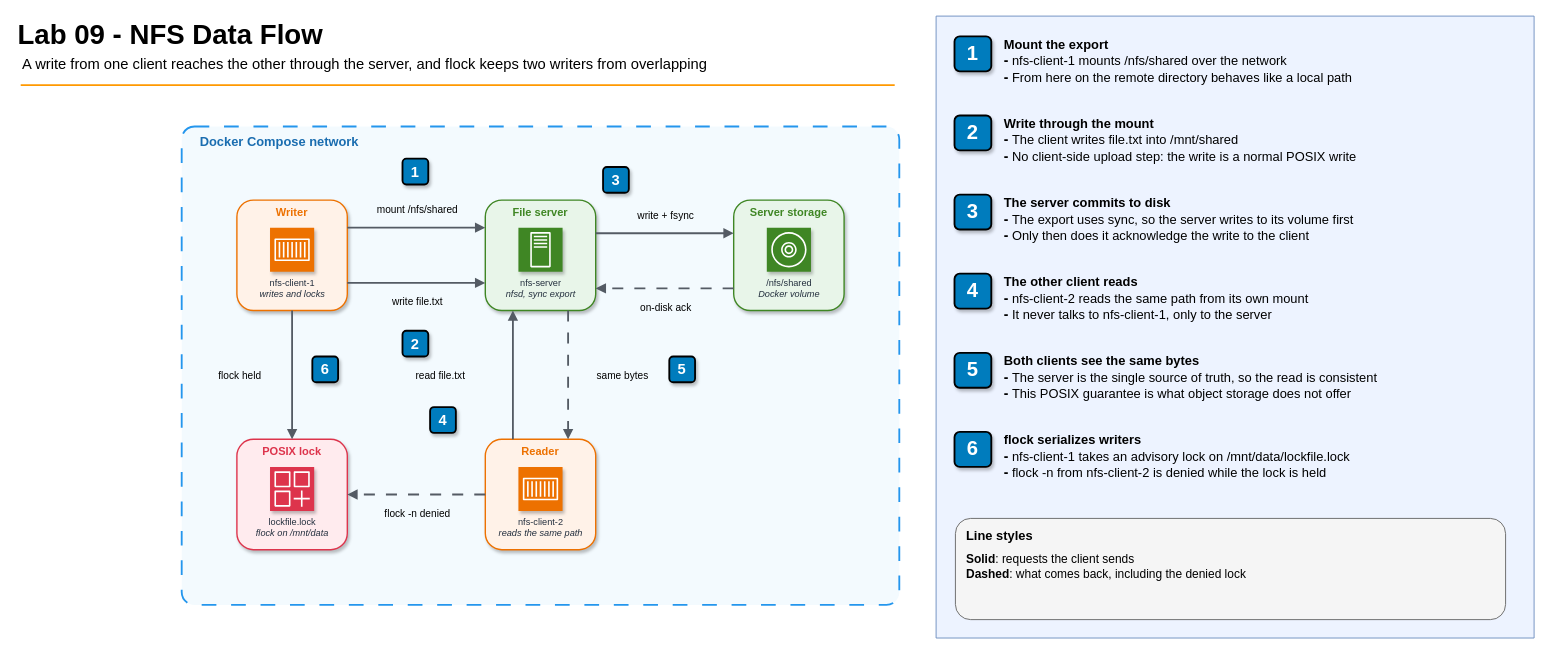
Above: 09-distributed-file-systems/diagrams/lab09-nfs-flow.drawio in gamaware/system-design-course (draw.io), before the change. Source tidied: cells renumbered, new cells numbered last; positions are measured from the earlier drawing's top-left corner, leaving out a move shared by most shapes. Both pictures are drawn from the tidied source at 92%, with x=0, y=0 at pixel (16, 16). Pictures stored in the file or linked from it are replaced by grey dashed boxes.
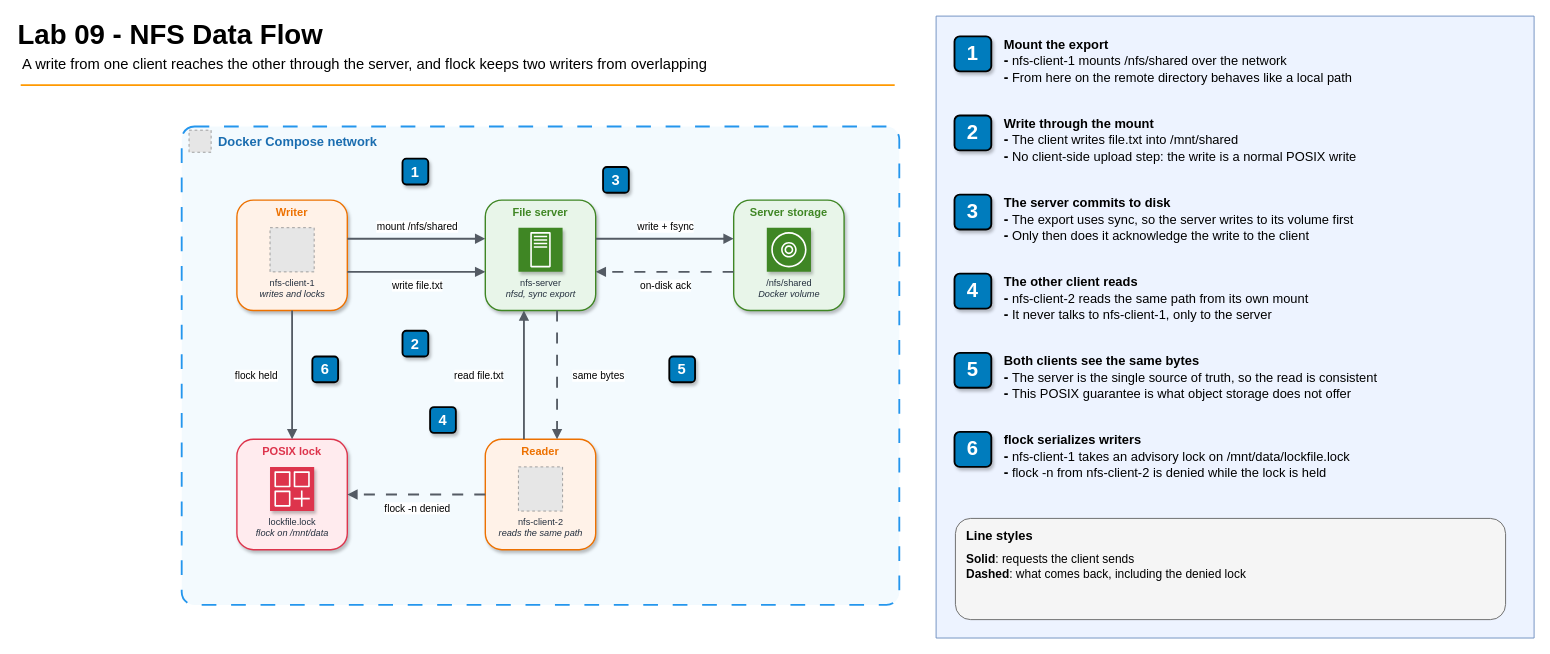
After the change.

The change refers to these unchanged cells:
```xml
<mxCell id="7" value="Writer" style="fillColor=#FFF2E8;strokeColor=#ED7100;rounded=1;whiteSpace=wrap;html=1;verticalAlign=top;fontStyle=1;fontSize=12;fontColor=#ED7100;fontFamily=Helvetica;shadow=1;strokeWidth=1.5;" parent="6" vertex="1">
  <mxGeometry x="60" y="80" width="120" height="120" as="geometry" />
</mxCell>
<mxCell id="9" value="File server" style="fillColor=#E8F5E9;strokeColor=#3F8624;rounded=1;whiteSpace=wrap;html=1;verticalAlign=top;fontStyle=1;fontSize=12;fontColor=#3F8624;fontFamily=Helvetica;shadow=1;strokeWidth=1.5;" parent="6" vertex="1">
  <mxGeometry x="330" y="80" width="120" height="120" as="geometry" />
</mxCell>
<mxCell id="11" value="Server storage" style="fillColor=#E8F5E9;strokeColor=#3F8624;rounded=1;whiteSpace=wrap;html=1;verticalAlign=top;fontStyle=1;fontSize=12;fontColor=#3F8624;fontFamily=Helvetica;shadow=1;strokeWidth=1.5;" parent="6" vertex="1">
  <mxGeometry x="600" y="80" width="120" height="120" as="geometry" />
</mxCell>
<mxCell id="13" value="POSIX lock" style="fillColor=#FFEBEE;strokeColor=#DD344C;rounded=1;whiteSpace=wrap;html=1;verticalAlign=top;fontStyle=1;fontSize=12;fontColor=#DD344C;fontFamily=Helvetica;shadow=1;strokeWidth=1.5;" parent="6" vertex="1">
  <mxGeometry x="60" y="340" width="120" height="120" as="geometry" />
</mxCell>
<mxCell id="15" value="Reader" style="fillColor=#FFF2E8;strokeColor=#ED7100;rounded=1;whiteSpace=wrap;html=1;verticalAlign=top;fontStyle=1;fontSize=12;fontColor=#ED7100;fontFamily=Helvetica;shadow=1;strokeWidth=1.5;" parent="6" vertex="1">
  <mxGeometry x="330" y="340" width="120" height="120" as="geometry" />
</mxCell>
```

What changed in the source:
```diff
@@
-    <mxCell id="6" value="Docker Compose network" style="rounded=1;absoluteArcSize=1;arcSize=28;whiteSpace=wrap;html=1;dashed=1;dashPattern=8 8;fillColor=light-dark(#2496ED0D,#2496ED0D);fillStyle=auto;strokeColor=#2496ED;strokeWidth=2;verticalAlign=top;align=left;spacingLeft=18;spacingTop=2;fontSize=14;fontStyle=1;fontColor=#1A6DB0;fontFamily=Helvetica;" parent="1" vertex="1">
+    <mxCell id="6" value="Docker Compose network" style="rounded=1;absoluteArcSize=1;arcSize=28;whiteSpace=wrap;html=1;dashed=1;dashPattern=8 8;fillColor=light-dark(#2496ED0D,#2496ED0D);fillStyle=auto;strokeColor=#2496ED;strokeWidth=2;verticalAlign=top;align=left;spacingLeft=38;spacingTop=2;fontSize=14;fontStyle=1;fontColor=#1A6DB0;fontFamily=Helvetica;" parent="1" vertex="1">
       <mxGeometry x="180" y="120" width="780" height="520" as="geometry" />
     </mxCell>
@@
-    <mxCell id="8" value="nfs-client-1&lt;div&gt;&lt;i&gt;writes and locks&lt;/i&gt;&lt;/div&gt;" style="sketch=0;fontColor=#232F3E;fillColor=#ED7100;strokeColor=#ffffff;dashed=0;verticalLabelPosition=bottom;verticalAlign=top;align=center;html=1;fontSize=10;fontStyle=0;shape=mxgraph.aws4.resourceIcon;resIcon=mxgraph.aws4.container_1;fontFamily=Helvetica;shadow=1;" parent="7" vertex="1">
+    <mxCell id="8" value="nfs-client-1&lt;div&gt;&lt;i&gt;writes and locks&lt;/i&gt;&lt;/div&gt;" style="fillColor=#E6E6E6;strokeColor=#999999;dashed=1;verticalLabelPosition=bottom;verticalAlign=top;align=center;html=1;labelBackgroundColor=none;fontSize=10;fontColor=#232F3E;fontFamily=Helvetica;" parent="7" vertex="1">
       <mxGeometry x="36" y="30" width="48" height="48" as="geometry" />
     </mxCell>
@@
-    <mxCell id="16" value="nfs-client-2&lt;div&gt;&lt;i&gt;reads the same path&lt;/i&gt;&lt;/div&gt;" style="sketch=0;fontColor=#232F3E;fillColor=#ED7100;strokeColor=#ffffff;dashed=0;verticalLabelPosition=bottom;verticalAlign=top;align=center;html=1;fontSize=10;fontStyle=0;shape=mxgraph.aws4.resourceIcon;resIcon=mxgraph.aws4.container_1;fontFamily=Helvetica;shadow=1;" parent="15" vertex="1">
+    <mxCell id="16" value="nfs-client-2&lt;div&gt;&lt;i&gt;reads the same path&lt;/i&gt;&lt;/div&gt;" style="fillColor=#E6E6E6;strokeColor=#999999;dashed=1;verticalLabelPosition=bottom;verticalAlign=top;align=center;html=1;labelBackgroundColor=none;fontSize=10;fontColor=#232F3E;fontFamily=Helvetica;" parent="15" vertex="1">
       <mxGeometry x="36" y="30" width="48" height="48" as="geometry" />
     </mxCell>
-    <mxCell id="17" style="edgeStyle=orthogonalEdgeStyle;rounded=0;jettySize=auto;html=1;strokeColor=#545B64;strokeWidth=2;endArrow=block;endFill=1;fontFamily=Helvetica;exitX=1;exitY=0.25;exitDx=0;exitDy=0;entryX=0;entryY=0.25;entryDx=0;entryDy=0;" parent="1" edge="1" source="7" target="9">
+    <mxCell id="17" style="edgeStyle=orthogonalEdgeStyle;rounded=0;jettySize=auto;html=1;strokeColor=#545B64;strokeWidth=2;endArrow=block;endFill=1;fontFamily=Helvetica;fontSize=11;jumpStyle=arc;jumpSize=10;labelBackgroundColor=default;exitX=1;exitY=0.35;exitDx=0;exitDy=0;entryX=0;entryY=0.35;entryDx=0;entryDy=0;" parent="1" edge="1" source="7" target="9">
       <mxGeometry relative="1" as="geometry" />
     </mxCell>
-    <mxCell id="18" value="mount /nfs/shared" style="edgeLabel;html=1;align=center;verticalAlign=middle;labelBackgroundColor=none;fontSize=11;fontFamily=Helvetica;" parent="17" vertex="1">
+    <mxCell id="18" value="mount /nfs/shared" style="edgeLabel;html=1;align=center;verticalAlign=middle;labelBackgroundColor=default;fontSize=11;fontFamily=Helvetica;" parent="17" vertex="1">
       <mxGeometry relative="1" as="geometry">
-        <mxPoint y="-20" as="offset" />
+        <mxPoint y="-14" as="offset" />
       </mxGeometry>
     </mxCell>
-    <mxCell id="19" style="edgeStyle=orthogonalEdgeStyle;rounded=0;jettySize=auto;html=1;strokeColor=#545B64;strokeWidth=2;endArrow=block;endFill=1;fontFamily=Helvetica;exitX=1;exitY=0.75;exitDx=0;exitDy=0;entryX=0;entryY=0.75;entryDx=0;entryDy=0;" parent="1" edge="1" source="7" target="9">
+    <mxCell id="19" style="edgeStyle=orthogonalEdgeStyle;rounded=0;jettySize=auto;html=1;strokeColor=#545B64;strokeWidth=2;endArrow=block;endFill=1;fontFamily=Helvetica;fontSize=11;jumpStyle=arc;jumpSize=10;labelBackgroundColor=default;exitX=1;exitY=0.65;exitDx=0;exitDy=0;entryX=0;entryY=0.65;entryDx=0;entryDy=0;" parent="1" edge="1" source="7" target="9">
       <mxGeometry relative="1" as="geometry" />
     </mxCell>
-    <mxCell id="20" value="write file.txt" style="edgeLabel;html=1;align=center;verticalAlign=middle;labelBackgroundColor=none;fontSize=11;fontFamily=Helvetica;" parent="19" vertex="1">
+    <mxCell id="20" value="write file.txt" style="edgeLabel;html=1;align=center;verticalAlign=middle;labelBackgroundColor=default;fontSize=11;fontFamily=Helvetica;" parent="19" vertex="1">
       <mxGeometry relative="1" as="geometry">
-        <mxPoint y="20" as="offset" />
+        <mxPoint y="14" as="offset" />
       </mxGeometry>
     </mxCell>
-    <mxCell id="21" style="edgeStyle=orthogonalEdgeStyle;rounded=0;jettySize=auto;html=1;strokeColor=#545B64;strokeWidth=2;endArrow=block;endFill=1;fontFamily=Helvetica;exitX=1;exitY=0.3;exitDx=0;exitDy=0;entryX=0;entryY=0.3;entryDx=0;entryDy=0;" parent="1" edge="1" source="9" target="11">
+    <mxCell id="21" style="edgeStyle=orthogonalEdgeStyle;rounded=0;jettySize=auto;html=1;strokeColor=#545B64;strokeWidth=2;endArrow=block;endFill=1;fontFamily=Helvetica;fontSize=11;jumpStyle=arc;jumpSize=10;labelBackgroundColor=default;exitX=1;exitY=0.35;exitDx=0;exitDy=0;entryX=0;entryY=0.35;entryDx=0;entryDy=0;" parent="1" edge="1" source="9" target="11">
       <mxGeometry relative="1" as="geometry" />
     </mxCell>
-    <mxCell id="22" value="write + fsync" style="edgeLabel;html=1;align=center;verticalAlign=middle;labelBackgroundColor=none;fontSize=11;fontFamily=Helvetica;" parent="21" vertex="1">
+    <mxCell id="22" value="write + fsync" style="edgeLabel;html=1;align=center;verticalAlign=middle;labelBackgroundColor=default;fontSize=11;fontFamily=Helvetica;" parent="21" vertex="1">
       <mxGeometry relative="1" as="geometry">
-        <mxPoint y="-20" as="offset" />
+        <mxPoint y="-14" as="offset" />
       </mxGeometry>
     </mxCell>
-    <mxCell id="23" style="edgeStyle=orthogonalEdgeStyle;rounded=0;jettySize=auto;html=1;strokeColor=#545B64;strokeWidth=2;endArrow=block;endFill=1;fontFamily=Helvetica;exitX=0;exitY=0.8;exitDx=0;exitDy=0;entryX=1;entryY=0.8;entryDx=0;entryDy=0;dashed=1;dashPattern=6 6;" parent="1" edge="1" source="11" target="9">
+    <mxCell id="23" style="edgeStyle=orthogonalEdgeStyle;rounded=0;jettySize=auto;html=1;strokeColor=#545B64;strokeWidth=2;endArrow=block;endFill=1;fontFamily=Helvetica;fontSize=11;jumpStyle=arc;jumpSize=10;labelBackgroundColor=default;dashed=1;dashPattern=6 6;exitX=0;exitY=0.65;exitDx=0;exitDy=0;entryX=1;entryY=0.65;entryDx=0;entryDy=0;" parent="1" edge="1" source="11" target="9">
       <mxGeometry relative="1" as="geometry" />
     </mxCell>
-    <mxCell id="24" value="on-disk ack" style="edgeLabel;html=1;align=center;verticalAlign=middle;labelBackgroundColor=none;fontSize=11;fontFamily=Helvetica;" parent="23" vertex="1">
+    <mxCell id="24" value="on-disk ack" style="edgeLabel;html=1;align=center;verticalAlign=middle;labelBackgroundColor=default;fontSize=11;fontFamily=Helvetica;" parent="23" vertex="1">
       <mxGeometry relative="1" as="geometry">
-        <mxPoint y="20" as="offset" />
+        <mxPoint y="14" as="offset" />
       </mxGeometry>
     </mxCell>
-    <mxCell id="25" style="edgeStyle=orthogonalEdgeStyle;rounded=0;jettySize=auto;html=1;strokeColor=#545B64;strokeWidth=2;endArrow=block;endFill=1;fontFamily=Helvetica;exitX=0.25;exitY=0;exitDx=0;exitDy=0;entryX=0.25;entryY=1;entryDx=0;entryDy=0;" parent="1" edge="1" source="15" target="9">
+    <mxCell id="25" style="edgeStyle=orthogonalEdgeStyle;rounded=0;jettySize=auto;html=1;strokeColor=#545B64;strokeWidth=2;endArrow=block;endFill=1;fontFamily=Helvetica;fontSize=11;jumpStyle=arc;jumpSize=10;labelBackgroundColor=default;exitX=0.35;exitY=0;exitDx=0;exitDy=0;entryX=0.35;entryY=1;entryDx=0;entryDy=0;" parent="1" edge="1" source="15" target="9">
       <mxGeometry relative="1" as="geometry" />
     </mxCell>
-    <mxCell id="26" value="read file.txt" style="edgeLabel;html=1;align=center;verticalAlign=middle;labelBackgroundColor=none;fontSize=11;fontFamily=Helvetica;" parent="25" vertex="1">
+    <mxCell id="26" value="read file.txt" style="edgeLabel;html=1;align=center;verticalAlign=middle;labelBackgroundColor=default;fontSize=11;fontFamily=Helvetica;" parent="25" vertex="1">
       <mxGeometry relative="1" as="geometry">
-        <mxPoint x="-80" as="offset" />
+        <mxPoint x="-50" as="offset" />
       </mxGeometry>
     </mxCell>
-    <mxCell id="27" style="edgeStyle=orthogonalEdgeStyle;rounded=0;jettySize=auto;html=1;strokeColor=#545B64;strokeWidth=2;endArrow=block;endFill=1;fontFamily=Helvetica;exitX=0.75;exitY=1;exitDx=0;exitDy=0;entryX=0.75;entryY=0;entryDx=0;entryDy=0;dashed=1;dashPattern=6 6;" parent="1" edge="1" source="9" target="15">
+    <mxCell id="27" style="edgeStyle=orthogonalEdgeStyle;rounded=0;jettySize=auto;html=1;strokeColor=#545B64;strokeWidth=2;endArrow=block;endFill=1;fontFamily=Helvetica;fontSize=11;jumpStyle=arc;jumpSize=10;labelBackgroundColor=default;dashed=1;dashPattern=6 6;exitX=0.65;exitY=1;exitDx=0;exitDy=0;entryX=0.65;entryY=0;entryDx=0;entryDy=0;" parent="1" edge="1" source="9" target="15">
       <mxGeometry relative="1" as="geometry" />
     </mxCell>
-    <mxCell id="28" value="same bytes" style="edgeLabel;html=1;align=center;verticalAlign=middle;labelBackgroundColor=none;fontSize=11;fontFamily=Helvetica;" parent="27" vertex="1">
+    <mxCell id="28" value="same bytes" style="edgeLabel;html=1;align=center;verticalAlign=middle;labelBackgroundColor=default;fontSize=11;fontFamily=Helvetica;" parent="27" vertex="1">
       <mxGeometry relative="1" as="geometry">
-        <mxPoint x="58" as="offset" />
+        <mxPoint x="44" as="offset" />
       </mxGeometry>
     </mxCell>
-    <mxCell id="29" style="edgeStyle=orthogonalEdgeStyle;rounded=0;jettySize=auto;html=1;strokeColor=#545B64;strokeWidth=2;endArrow=block;endFill=1;fontFamily=Helvetica;exitX=0.5;exitY=1;exitDx=0;exitDy=0;entryX=0.5;entryY=0;entryDx=0;entryDy=0;" parent="1" edge="1" source="7" target="13">
+    <mxCell id="29" style="edgeStyle=orthogonalEdgeStyle;rounded=0;jettySize=auto;html=1;strokeColor=#545B64;strokeWidth=2;endArrow=block;endFill=1;fontFamily=Helvetica;fontSize=11;jumpStyle=arc;jumpSize=10;labelBackgroundColor=default;exitX=0.5;exitY=1;exitDx=0;exitDy=0;entryX=0.5;entryY=0;entryDx=0;entryDy=0;" parent="1" edge="1" source="7" target="13">
       <mxGeometry relative="1" as="geometry" />
     </mxCell>
-    <mxCell id="30" value="flock held" style="edgeLabel;html=1;align=center;verticalAlign=middle;labelBackgroundColor=none;fontSize=11;fontFamily=Helvetica;" parent="29" vertex="1">
+    <mxCell id="30" value="flock held" style="edgeLabel;html=1;align=center;verticalAlign=middle;labelBackgroundColor=default;fontSize=11;fontFamily=Helvetica;" parent="29" vertex="1">
       <mxGeometry relative="1" as="geometry">
-        <mxPoint x="-58" as="offset" />
+        <mxPoint x="-40" as="offset" />
       </mxGeometry>
     </mxCell>
-    <mxCell id="31" style="edgeStyle=orthogonalEdgeStyle;rounded=0;jettySize=auto;html=1;strokeColor=#545B64;strokeWidth=2;endArrow=block;endFill=1;fontFamily=Helvetica;exitX=0;exitY=0.5;exitDx=0;exitDy=0;entryX=1;entryY=0.5;entryDx=0;entryDy=0;dashed=1;dashPattern=6 6;" parent="1" edge="1" source="15" target="13">
+    <mxCell id="31" style="edgeStyle=orthogonalEdgeStyle;rounded=0;jettySize=auto;html=1;strokeColor=#545B64;strokeWidth=2;endArrow=block;endFill=1;fontFamily=Helvetica;fontSize=11;jumpStyle=arc;jumpSize=10;labelBackgroundColor=default;dashed=1;dashPattern=6 6;exitX=0;exitY=0.5;exitDx=0;exitDy=0;entryX=1;entryY=0.5;entryDx=0;entryDy=0;" parent="1" edge="1" source="15" target="13">
       <mxGeometry relative="1" as="geometry" />
     </mxCell>
-    <mxCell id="32" value="flock -n denied" style="edgeLabel;html=1;align=center;verticalAlign=middle;labelBackgroundColor=none;fontSize=11;fontFamily=Helvetica;" parent="31" vertex="1">
+    <mxCell id="32" value="flock -n denied" style="edgeLabel;html=1;align=center;verticalAlign=middle;labelBackgroundColor=default;fontSize=11;fontFamily=Helvetica;" parent="31" vertex="1">
       <mxGeometry relative="1" as="geometry">
-        <mxPoint y="20" as="offset" />
+        <mxPoint y="14" as="offset" />
       </mxGeometry>
     </mxCell>
@@
+    <mxCell id="63" style="fillColor=#E6E6E6;strokeColor=#999999;dashed=1;verticalLabelPosition=bottom;verticalAlign=top;align=center;html=1;labelBackgroundColor=none;fontSize=10;fontColor=#232F3E;fontFamily=Helvetica;" parent="1" vertex="1">
+      <mxGeometry x="188" y="124" width="24" height="24" as="geometry" />
+    </mxCell>
```
